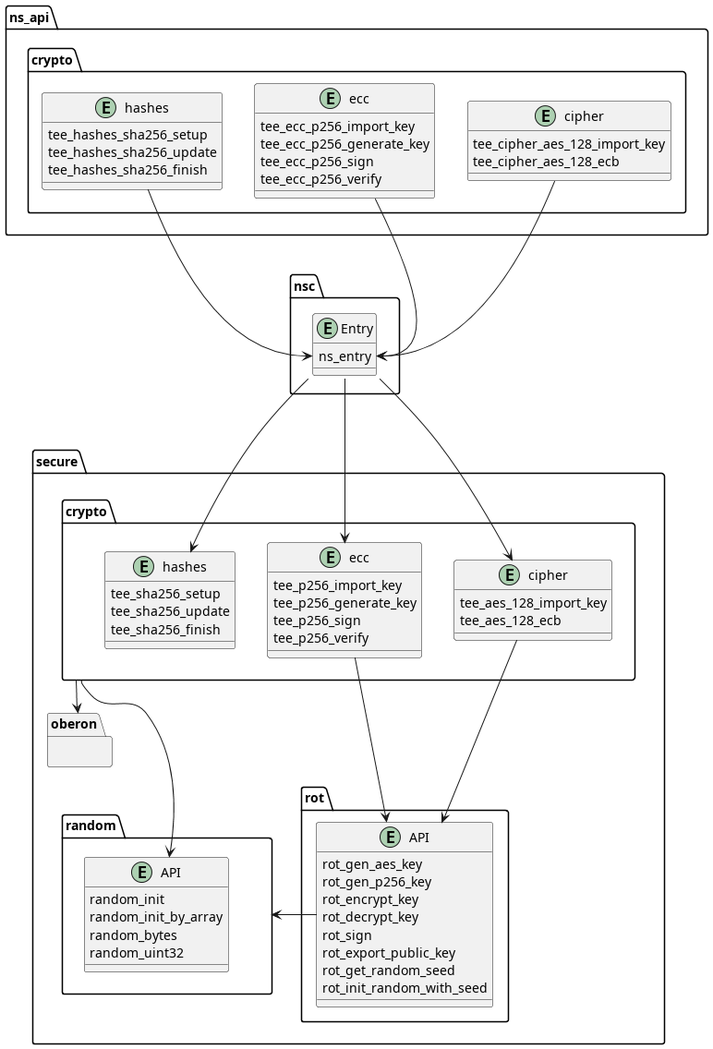
The PlantUML diagram out/design/object-diagram/object-diagram.png in Einhornhool/riot-tee, before a commit.
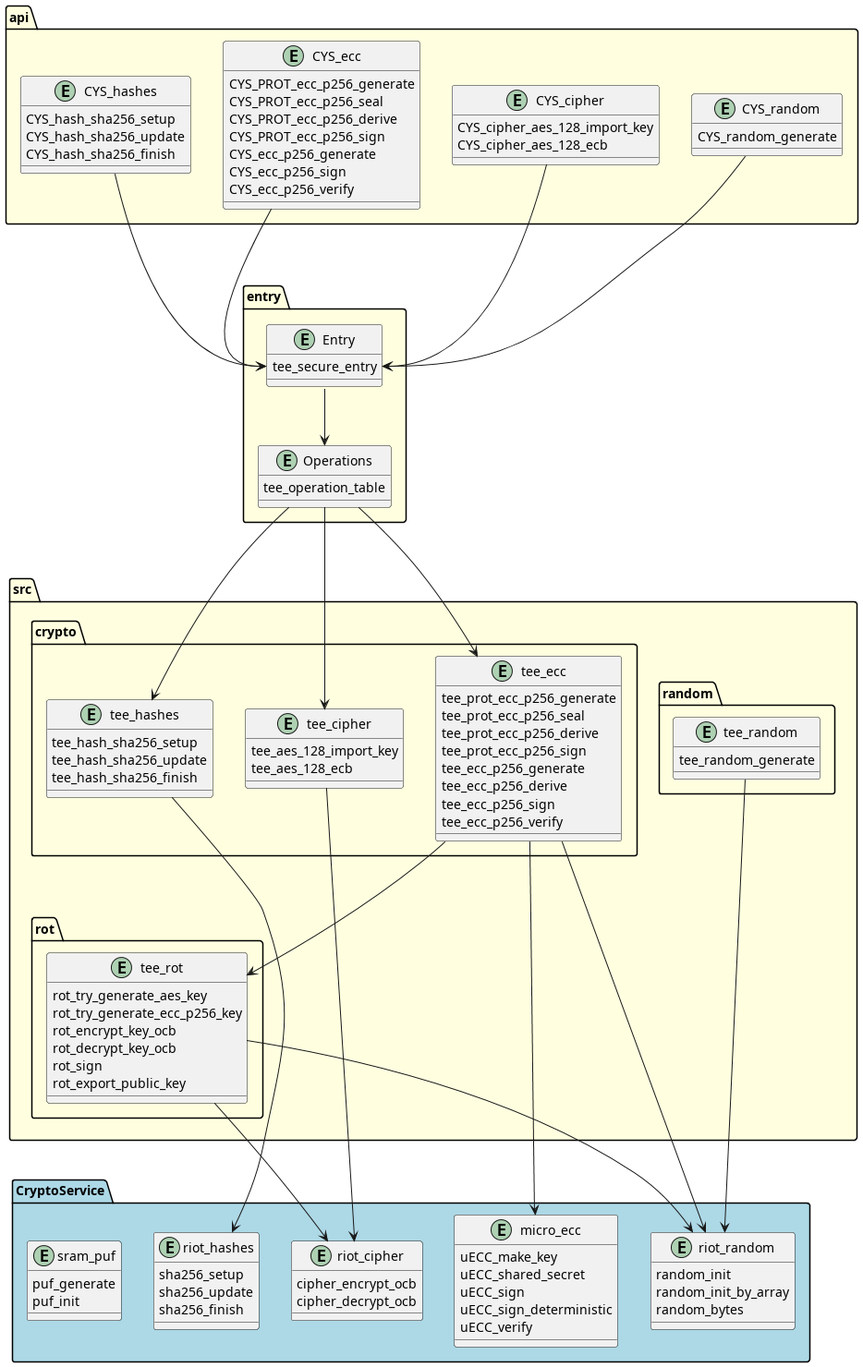
After the change.

Commit message:
design: Update diagram

The edit, as a diff of the source:
```diff
@@ -1,86 +1,135 @@
 @startuml
+namespace api #LightYellow {
+    entity CYS_hashes {
+        CYS_hash_sha256_setup
+        CYS_hash_sha256_update
+        CYS_hash_sha256_finish
+    }
+    entity CYS_ecc {
+        CYS_PROT_ecc_p256_generate
+        CYS_PROT_ecc_p256_seal
+        CYS_PROT_ecc_p256_derive
+        CYS_PROT_ecc_p256_sign
+        CYS_ecc_p256_generate
+        CYS_ecc_p256_sign
+        CYS_ecc_p256_verify
+    }
+    entity CYS_cipher {
+        CYS_cipher_aes_128_import_key
+        CYS_cipher_aes_128_ecb
+    }
+}
 
-namespace ns_api.crypto {
-    entity hashes {
-        tee_hashes_sha256_setup
-        tee_hashes_sha256_update
-        tee_hashes_sha256_finish
+namespace api {
+    entity CYS_random {
+        CYS_random_generate
     }
-    entity ecc {
-        tee_ecc_p256_import_key
-        tee_ecc_p256_generate_key
+}
+
+namespace entry #LightYellow {
+    entity Entry {
+        tee_secure_entry
+    }
+
+    entity Operations {
+        tee_operation_table
+    }
+}
+
+api.CYS_hashes ---> Entry::tee_secure_entry
+api.CYS_ecc ---> Entry::tee_secure_entry
+api.CYS_cipher ---> Entry::tee_secure_entry
+
+api.CYS_random ---> Entry::tee_secure_entry
+
+Entry --> Operations
+
+namespace CryptoService #LightBlue{
+    entity sram_puf {
+        puf_generate
+        puf_init
+    }
+
+    entity riot_hashes {
+        sha256_setup
+        sha256_update
+        sha256_finish
+    }
+
+    entity riot_cipher {
+        cipher_encrypt_ocb
+        cipher_decrypt_ocb
+    }
+
+    entity riot_random {
+        random_init
+        random_init_by_array
+        random_bytes
+    }
+
+    entity micro_ecc {
+        uECC_make_key
+        uECC_shared_secret
+        uECC_sign
+        uECC_sign_deterministic
+        uECC_verify
+    }
+}
+
+namespace src #LightYellow {}
+
+namespace src.crypto {
+    entity tee_hashes {
+        tee_hash_sha256_setup
+        tee_hash_sha256_update
+        tee_hash_sha256_finish
+    }
+    entity tee_ecc {
+        tee_prot_ecc_p256_generate
+        tee_prot_ecc_p256_seal
+        tee_prot_ecc_p256_derive
+        tee_prot_ecc_p256_sign
+        tee_ecc_p256_generate
+        tee_ecc_p256_derive
         tee_ecc_p256_sign
         tee_ecc_p256_verify
     }
-    entity cipher {
-        tee_cipher_aes_128_import_key
-        tee_cipher_aes_128_ecb
-    }
-}
-
-namespace nsc {
-    entity Entry {
-        ns_entry
-    }
-}
-
-ns_api.crypto.hashes ---> Entry::ns_entry
-ns_api.crypto.ecc ---> Entry::ns_entry
-ns_api.crypto.cipher ---> Entry::ns_entry
-
-namespace secure.crypto {
-    entity hashes {
-        tee_sha256_setup
-        tee_sha256_update
-        tee_sha256_finish
-    }
-    entity ecc {
-        tee_p256_import_key
-        tee_p256_generate_key
-        tee_p256_sign
-        tee_p256_verify
-    }
-    entity cipher {
+    entity tee_cipher {
         tee_aes_128_import_key
         tee_aes_128_ecb
     }
 }
 
-namespace secure.rot {
-    entity API {
-        rot_gen_aes_key
-        rot_gen_p256_key
-        rot_encrypt_key
-        rot_decrypt_key
+namespace src.rot {
+    entity tee_rot {
+        rot_try_generate_aes_key
+        rot_try_generate_ecc_p256_key
+        rot_encrypt_key_ocb
+        rot_decrypt_key_ocb
         rot_sign
         rot_export_public_key
-        rot_get_random_seed
-        rot_init_random_with_seed
     }
 }
 
-namespace secure.random {
-    entity API {
-        random_init
-        random_init_by_array
-        random_bytes
-        random_uint32
+namespace src.random {
+    entity tee_random {
+        tee_random_generate
     }
 }
 
-namespace secure.oberon {
 
-}
 
-Entry ---> secure.crypto.hashes
-Entry ---> secure.crypto.ecc
-Entry ---> secure.crypto.cipher
+Operations ---> src.crypto.tee_hashes
+Operations ---> src.crypto.tee_ecc
+Operations ---> src.crypto.tee_cipher
 
-secure.crypto.cipher ---> secure.rot.API
-secure.crypto.ecc ---> secure.rot.API
-secure.crypto --> secure.oberon
-secure.crypto ---> secure.random.API
-
-secure.random <- secure.rot.API
+src.crypto.tee_ecc ---> src.rot.tee_rot
+src.crypto.tee_ecc ---> CryptoService.micro_ecc
+src.crypto.tee_ecc ---> CryptoService.riot_random
+src.crypto.tee_hashes ---> CryptoService.riot_hashes
+src.crypto.tee_cipher ---> CryptoService.riot_cipher
+src.random.tee_random ---> CryptoService.riot_random
+src.rot.tee_rot ---> CryptoService.riot_random
+src.rot.tee_rot ---> CryptoService.riot_cipher
 
 @enduml
```
